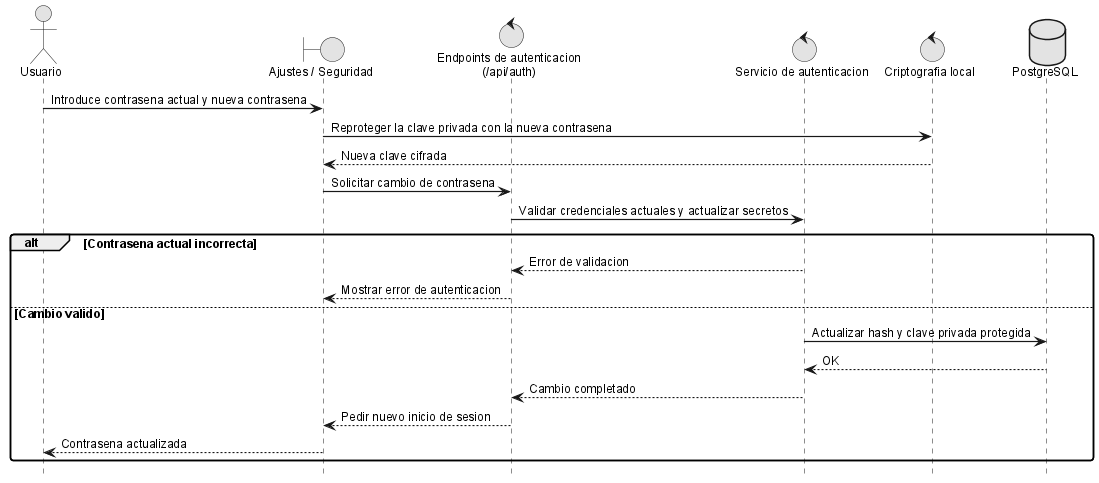
The PlantUML diagram anexos/diagramas/seq-change-password.png in ErDeivih/DocumentChain, before a commit.
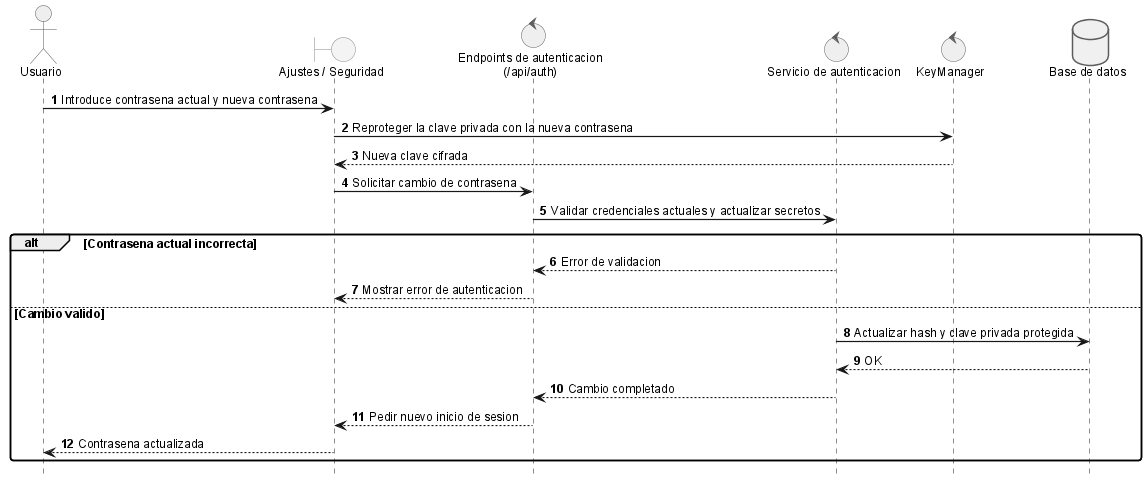
The same file after the commit.

What changed in the source:
```diff
@@ -4,8 +4,8 @@
 boundary "Ajustes / Seguridad" as ui
 control "Endpoints de autenticacion\n(/api/auth)" as authApi
 control "Servicio de autenticacion" as srv
-control "Criptografia local" as crypto
-database "PostgreSQL" as db
+control "KeyManager" as crypto
+database "Base de datos" as db
 
 user -> ui: Introduce contrasena actual y nueva contrasena
 ui -> crypto: Reproteger la clave privada con la nueva contrasena
```
